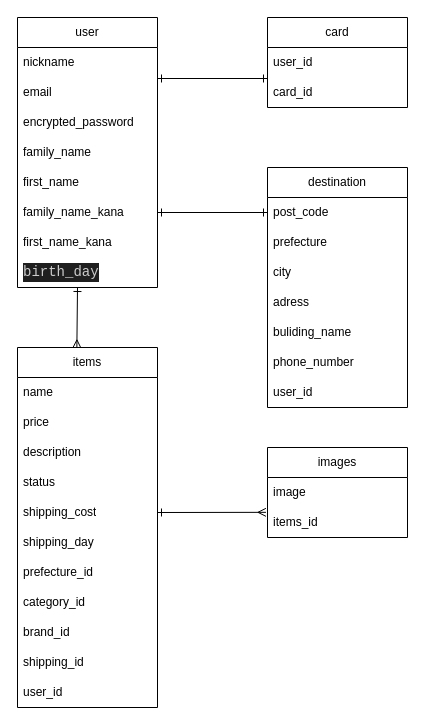
This is furima-41539.dio from Takao-Koyanagi/furima-41539, a draw.io file, before an edit. Source tidied: cells renumbered, new cells numbered last; positions are measured from the earlier drawing's top-left corner, leaving out a move shared by most shapes. Both pictures are drawn from the tidied source at 100%, with x=0, y=0 at pixel (17, 17).
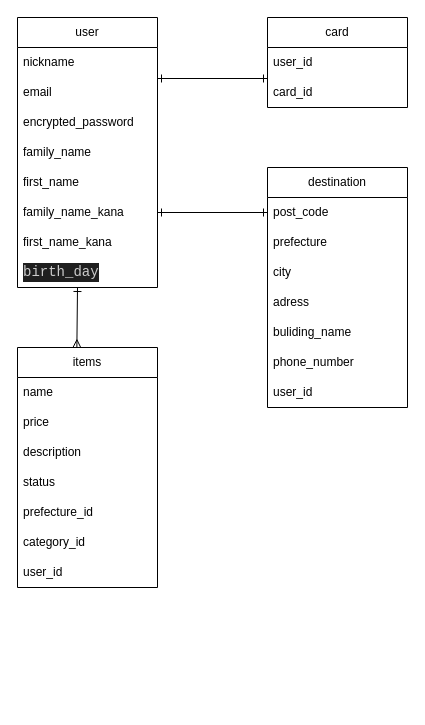
After the change.

Commit message (it also covers changes not shown here):
データーベース設計_修正4

Diff of the diagram source:
```diff
@@
     <mxCell id="23" value="items" style="swimlane;fontStyle=0;horizontal=1;startSize=30;whiteSpace=wrap;html=1;" parent="1" vertex="1">
-      <mxGeometry y="330" width="140" height="360" as="geometry" />
+      <mxGeometry y="330" width="140" height="240" as="geometry" />
     </mxCell>
@@
-    <mxCell id="28" value="shipping_cost" style="text;strokeColor=none;fillColor=none;align=left;verticalAlign=middle;spacingLeft=4;spacingRight=4;overflow=hidden;points=[[0,0.5],[1,0.5]];portConstraint=eastwest;whiteSpace=wrap;html=1;" parent="23" vertex="1">
-      <mxGeometry y="150" width="140" height="30" as="geometry" />
-    </mxCell>
-    <mxCell id="29" value="shipping_day" style="text;strokeColor=none;fillColor=none;align=left;verticalAlign=middle;spacingLeft=4;spacingRight=4;overflow=hidden;whiteSpace=wrap;html=1;" parent="23" vertex="1">
-      <mxGeometry y="180" width="140" height="30" as="geometry" />
-    </mxCell>
     <mxCell id="30" value="prefecture_id" style="text;strokeColor=none;fillColor=none;align=left;verticalAlign=middle;spacingLeft=4;spacingRight=4;overflow=hidden;whiteSpace=wrap;html=1;" parent="23" vertex="1">
-      <mxGeometry y="210" width="140" height="30" as="geometry" />
+      <mxGeometry y="150" width="140" height="30" as="geometry" />
     </mxCell>
     <mxCell id="31" value="category_id" style="text;strokeColor=none;fillColor=none;align=left;verticalAlign=middle;spacingLeft=4;spacingRight=4;overflow=hidden;whiteSpace=wrap;html=1;" parent="23" vertex="1">
-      <mxGeometry y="240" width="140" height="30" as="geometry" />
+      <mxGeometry y="180" width="140" height="30" as="geometry" />
     </mxCell>
-    <mxCell id="32" value="brand_id" style="text;strokeColor=none;fillColor=none;align=left;verticalAlign=middle;spacingLeft=4;spacingRight=4;overflow=hidden;whiteSpace=wrap;html=1;" parent="23" vertex="1">
-      <mxGeometry y="270" width="140" height="30" as="geometry" />
-    </mxCell>
-    <mxCell id="33" value="shipping_id" style="text;strokeColor=none;fillColor=none;align=left;verticalAlign=middle;spacingLeft=4;spacingRight=4;overflow=hidden;whiteSpace=wrap;html=1;" parent="23" vertex="1">
-      <mxGeometry y="300" width="140" height="30" as="geometry" />
-    </mxCell>
     <mxCell id="34" value="user_id" style="text;strokeColor=none;fillColor=none;align=left;verticalAlign=middle;spacingLeft=4;spacingRight=4;overflow=hidden;whiteSpace=wrap;html=1;" parent="23" vertex="1">
-      <mxGeometry y="330" width="140" height="30" as="geometry" />
+      <mxGeometry y="210" width="140" height="30" as="geometry" />
     </mxCell>
@@
-    <mxCell id="37" value="images" style="swimlane;fontStyle=0;horizontal=1;startSize=30;whiteSpace=wrap;html=1;" parent="1" vertex="1">
-      <mxGeometry x="250" y="430" width="140" height="90" as="geometry" />
-    </mxCell>
-    <mxCell id="38" value="image" style="text;strokeColor=none;fillColor=none;align=left;verticalAlign=middle;spacingLeft=4;spacingRight=4;overflow=hidden;whiteSpace=wrap;html=1;" parent="37" vertex="1">
-      <mxGeometry y="30" width="140" height="30" as="geometry" />
-    </mxCell>
-    <mxCell id="39" value="items_id" style="text;strokeColor=none;fillColor=none;align=left;verticalAlign=middle;spacingLeft=4;spacingRight=4;overflow=hidden;points=[[0,0.5],[1,0.5]];portConstraint=eastwest;whiteSpace=wrap;html=1;" parent="37" vertex="1">
-      <mxGeometry y="60" width="140" height="30" as="geometry" />
-    </mxCell>
-    <mxCell id="40" style="edgeStyle=none;html=1;exitX=1;exitY=0.5;exitDx=0;exitDy=0;entryX=-0.011;entryY=0.161;entryDx=0;entryDy=0;entryPerimeter=0;startArrow=ERone;startFill=0;endArrow=ERmany;endFill=0;" parent="1" edge="1" source="28" target="39">
-      <mxGeometry relative="1" as="geometry" />
-    </mxCell>
```
